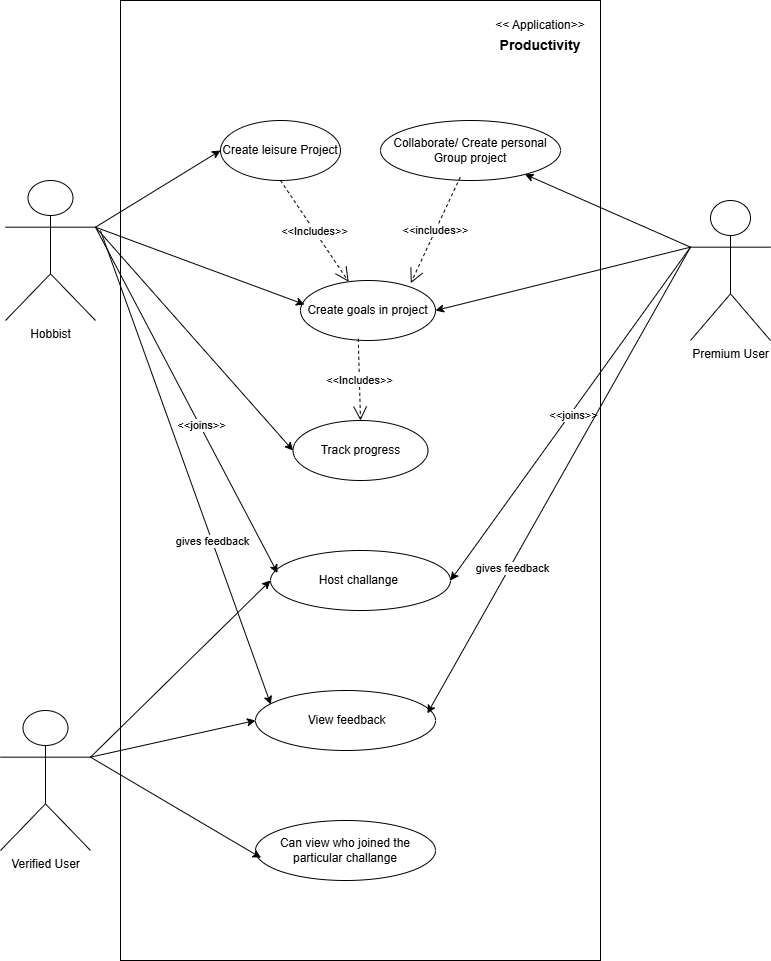
Before: Deliverable/Design1_UseCases/Usecase2.png, a diagram exported from draw.io (B00150149/B00150149_WebFrameworkDevelopment). Source tidied: cells renumbered, new cells last; positions are measured from the earlier drawing's top-left corner, leaving out a move shared by most shapes. Source of this version:
```xml
<mxGraphModel background="#ffffff">
  <root>
    <mxCell id="0" />
    <mxCell id="1" parent="0" />
    <mxCell id="2" style="rounded=0;whiteSpace=wrap;html=1;" parent="1" vertex="1">
      <mxGeometry x="120" width="480" height="960" as="geometry" />
    </mxCell>
    <mxCell id="3" style="rounded=0;jettySize=auto;html=1;exitX=1;exitY=0.3333333333333333;exitDx=0;exitDy=0;exitPerimeter=0;entryX=0;entryY=0.5;entryDx=0;entryDy=0;" parent="1" edge="1" source="5" target="6">
      <mxGeometry relative="1" as="geometry" />
    </mxCell>
    <mxCell id="4" style="rounded=0;jettySize=auto;html=1;exitX=1;exitY=0.3333333333333333;exitDx=0;exitDy=0;exitPerimeter=0;entryX=0;entryY=0.5;entryDx=0;entryDy=0;" parent="1" edge="1" source="5" target="16">
      <mxGeometry relative="1" as="geometry" />
    </mxCell>
    <mxCell id="5" value="Hobbist" style="shape=umlActor;verticalLabelPosition=bottom;verticalAlign=top;html=1;outlineConnect=0;" parent="1" vertex="1">
      <mxGeometry x="5" y="180" width="90" height="140" as="geometry" />
    </mxCell>
    <mxCell id="6" value="Create leisure Project" style="ellipse;whiteSpace=wrap;html=1;" parent="1" vertex="1">
      <mxGeometry x="220" y="120" width="120" height="60" as="geometry" />
    </mxCell>
    <mxCell id="7" style="rounded=0;jettySize=auto;html=1;exitX=0;exitY=0.3333333333333333;exitDx=0;exitDy=0;exitPerimeter=0;" parent="1" edge="1" source="11" target="13">
      <mxGeometry relative="1" as="geometry" />
    </mxCell>
    <mxCell id="8" style="rounded=0;jettySize=auto;html=1;exitX=0;exitY=0.3333333333333333;exitDx=0;exitDy=0;exitPerimeter=0;entryX=1;entryY=0.5;entryDx=0;entryDy=0;" parent="1" edge="1" source="11" target="12">
      <mxGeometry relative="1" as="geometry" />
    </mxCell>
    <mxCell id="9" style="rounded=0;jettySize=auto;html=1;exitX=0;exitY=0.3333333333333333;exitDx=0;exitDy=0;exitPerimeter=0;entryX=1;entryY=0.5;entryDx=0;entryDy=0;" parent="1" edge="1" source="11" target="15">
      <mxGeometry relative="1" as="geometry" />
    </mxCell>
    <mxCell id="10" value="&amp;lt;&amp;lt;joins&amp;gt;&amp;gt;" style="edgeLabel;html=1;align=center;verticalAlign=middle;" parent="9" vertex="1">
      <mxGeometry y="3" relative="1" as="geometry" />
    </mxCell>
    <mxCell id="11" value="Premium User" style="shape=umlActor;verticalLabelPosition=bottom;verticalAlign=top;html=1;outlineConnect=0;" parent="1" vertex="1">
      <mxGeometry x="690" y="200" width="80" height="140" as="geometry" />
    </mxCell>
    <mxCell id="12" value="Create goals in project" style="ellipse;whiteSpace=wrap;html=1;" parent="1" vertex="1">
      <mxGeometry x="300" y="280" width="135" height="60" as="geometry" />
    </mxCell>
    <mxCell id="13" value="Collaborate/ Create personal Group project" style="ellipse;whiteSpace=wrap;html=1;" parent="1" vertex="1">
      <mxGeometry x="380" y="120" width="180" height="60" as="geometry" />
    </mxCell>
    <mxCell id="14" value="&amp;nbsp;View feedback" style="ellipse;whiteSpace=wrap;html=1;" parent="1" vertex="1">
      <mxGeometry x="255" y="690" width="180" height="60" as="geometry" />
    </mxCell>
    <mxCell id="15" value="Host challange&amp;nbsp;" style="ellipse;whiteSpace=wrap;html=1;" parent="1" vertex="1">
      <mxGeometry x="270" y="550" width="180" height="60" as="geometry" />
    </mxCell>
    <mxCell id="16" value="Track progress" style="ellipse;whiteSpace=wrap;html=1;" parent="1" vertex="1">
      <mxGeometry x="292.5" y="420" width="135" height="60" as="geometry" />
    </mxCell>
    <mxCell id="17" style="rounded=0;jettySize=auto;html=1;exitX=1;exitY=0.3333333333333333;exitDx=0;exitDy=0;exitPerimeter=0;entryX=0;entryY=0.5;entryDx=0;entryDy=0;" parent="1" edge="1" source="19" target="14">
      <mxGeometry relative="1" as="geometry" />
    </mxCell>
    <mxCell id="18" style="rounded=0;jettySize=auto;html=1;exitX=1;exitY=0.3333333333333333;exitDx=0;exitDy=0;exitPerimeter=0;entryX=0;entryY=0.5;entryDx=0;entryDy=0;" parent="1" edge="1" source="19" target="15">
      <mxGeometry relative="1" as="geometry" />
    </mxCell>
    <mxCell id="19" value="Verified User" style="shape=umlActor;verticalLabelPosition=bottom;verticalAlign=top;html=1;outlineConnect=0;" parent="1" vertex="1">
      <mxGeometry y="710" width="90" height="140" as="geometry" />
    </mxCell>
    <mxCell id="20" style="rounded=0;jettySize=auto;html=1;exitX=1;exitY=0.3333333333333333;exitDx=0;exitDy=0;exitPerimeter=0;entryX=0.03;entryY=0.4;entryDx=0;entryDy=0;entryPerimeter=0;" parent="1" edge="1" source="5" target="12">
      <mxGeometry relative="1" as="geometry" />
    </mxCell>
    <mxCell id="21" value="&lt;span style=&quot;font-size: 14px;&quot;&gt;&lt;b&gt;Productivity&lt;/b&gt;&lt;/span&gt;" style="text;html=1;align=center;verticalAlign=middle;whiteSpace=wrap;rounded=0;" parent="1" vertex="1">
      <mxGeometry x="510" y="30" width="60" height="30" as="geometry" />
    </mxCell>
    <mxCell id="22" value="&amp;lt;&amp;lt; Application&amp;gt;&amp;gt;" style="text;html=1;align=center;verticalAlign=middle;whiteSpace=wrap;rounded=0;" parent="1" vertex="1">
      <mxGeometry x="480" y="10" width="120" height="30" as="geometry" />
    </mxCell>
    <mxCell id="23" style="rounded=0;jettySize=auto;html=1;exitX=1;exitY=0.3333333333333333;exitDx=0;exitDy=0;exitPerimeter=0;entryX=0.039;entryY=0.375;entryDx=0;entryDy=0;entryPerimeter=0;" parent="1" edge="1" source="5" target="15">
      <mxGeometry relative="1" as="geometry" />
    </mxCell>
    <mxCell id="24" value="&amp;lt;&amp;lt;joins&amp;gt;&amp;gt;" style="edgeLabel;html=1;align=center;verticalAlign=middle;" parent="23" vertex="1">
      <mxGeometry x="0.15" y="1" relative="1" as="geometry" />
    </mxCell>
    <mxCell id="25" value="&amp;lt;&amp;lt;Includes&amp;gt;&amp;gt;" style="endArrow=open;endSize=12;dashed=1;html=1;rounded=0;exitX=0.5;exitY=1;exitDx=0;exitDy=0;" parent="1" edge="1" source="6" target="12">
      <mxGeometry relative="1" as="geometry" />
    </mxCell>
    <mxCell id="26" value="&amp;lt;&amp;lt;includes&amp;gt;&amp;gt;" style="endArrow=open;endSize=12;dashed=1;html=1;rounded=0;entryX=0.817;entryY=0.044;entryDx=0;entryDy=0;entryPerimeter=0;exitX=0.443;exitY=0.944;exitDx=0;exitDy=0;exitPerimeter=0;" parent="1" edge="1" source="13" target="12">
      <mxGeometry relative="1" as="geometry" />
    </mxCell>
    <mxCell id="27" value="&amp;lt;&amp;lt;Includes&amp;gt;&amp;gt;" style="endArrow=open;endSize=12;dashed=1;html=1;rounded=0;exitX=0.428;exitY=0.972;exitDx=0;exitDy=0;entryX=0.5;entryY=0;entryDx=0;entryDy=0;exitPerimeter=0;" parent="1" edge="1" source="12" target="16">
      <mxGeometry relative="1" as="geometry" />
    </mxCell>
    <mxCell id="28" value="Can view who joined the particular challange" style="ellipse;whiteSpace=wrap;html=1;" parent="1" vertex="1">
      <mxGeometry x="255" y="820" width="180" height="60" as="geometry" />
    </mxCell>
    <mxCell id="29" style="rounded=0;jettySize=auto;html=1;exitX=1;exitY=0.3333333333333333;exitDx=0;exitDy=0;exitPerimeter=0;entryX=0.031;entryY=0.622;entryDx=0;entryDy=0;entryPerimeter=0;" parent="1" edge="1" source="19" target="28">
      <mxGeometry relative="1" as="geometry" />
    </mxCell>
    <mxCell id="30" style="rounded=0;jettySize=auto;html=1;entryX=0.085;entryY=0.233;entryDx=0;entryDy=0;entryPerimeter=0;" parent="1" edge="1" target="14">
      <mxGeometry relative="1" as="geometry">
        <mxPoint x="100" y="230" as="sourcePoint" />
      </mxGeometry>
    </mxCell>
    <mxCell id="31" value="gives feedback" style="edgeLabel;html=1;align=center;verticalAlign=middle;" parent="30" vertex="1">
      <mxGeometry x="0.31" relative="1" as="geometry">
        <mxPoint y="1" as="offset" />
      </mxGeometry>
    </mxCell>
    <mxCell id="32" style="rounded=0;jettySize=auto;html=1;exitX=0;exitY=0.3333333333333333;exitDx=0;exitDy=0;exitPerimeter=0;entryX=0.955;entryY=0.381;entryDx=0;entryDy=0;entryPerimeter=0;" parent="1" edge="1" source="11" target="14">
      <mxGeometry relative="1" as="geometry" />
    </mxCell>
    <mxCell id="33" value="gives feedback" style="edgeLabel;html=1;align=center;verticalAlign=middle;" parent="32" vertex="1">
      <mxGeometry x="0.37" y="2" relative="1" as="geometry" />
    </mxCell>
  </root>
</mxGraphModel>
```
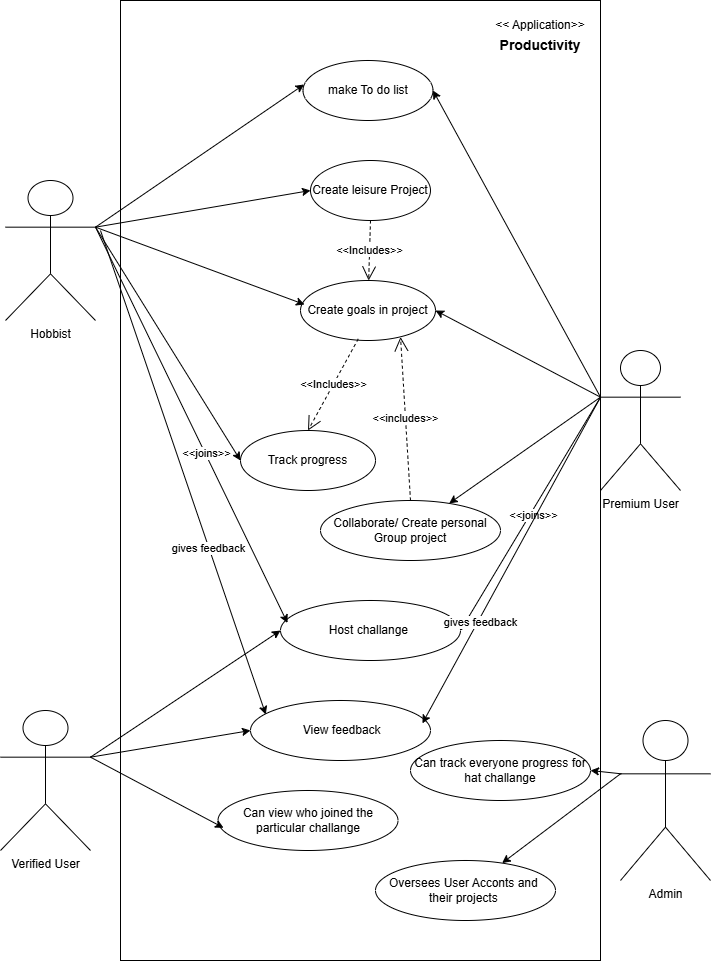
Above is the later version.

Change to the diagram source:
```diff
@@ -15,7 +15,7 @@
       <mxGeometry x="5" y="180" width="90" height="140" as="geometry" />
     </mxCell>
     <mxCell id="6" value="Create leisure Project" style="ellipse;whiteSpace=wrap;html=1;" parent="1" vertex="1">
-      <mxGeometry x="220" y="120" width="120" height="60" as="geometry" />
+      <mxGeometry x="310" y="160" width="120" height="60" as="geometry" />
     </mxCell>
     <mxCell id="7" style="rounded=0;jettySize=auto;html=1;exitX=0;exitY=0.3333333333333333;exitDx=0;exitDy=0;exitPerimeter=0;" parent="1" edge="1" source="11" target="13">
       <mxGeometry relative="1" as="geometry" />
@@ -29,23 +29,26 @@
     <mxCell id="10" value="&amp;lt;&amp;lt;joins&amp;gt;&amp;gt;" style="edgeLabel;html=1;align=center;verticalAlign=middle;" parent="9" vertex="1">
       <mxGeometry y="3" relative="1" as="geometry" />
     </mxCell>
+    <mxCell id="34" style="rounded=0;jettySize=auto;html=1;exitX=0;exitY=0.3333333333333333;exitDx=0;exitDy=0;exitPerimeter=0;entryX=1;entryY=0.5;entryDx=0;entryDy=0;" parent="1" edge="1" source="11" target="35">
+      <mxGeometry relative="1" as="geometry" />
+    </mxCell>
     <mxCell id="11" value="Premium User" style="shape=umlActor;verticalLabelPosition=bottom;verticalAlign=top;html=1;outlineConnect=0;" parent="1" vertex="1">
-      <mxGeometry x="690" y="200" width="80" height="140" as="geometry" />
+      <mxGeometry x="600" y="350" width="80" height="140" as="geometry" />
     </mxCell>
     <mxCell id="12" value="Create goals in project" style="ellipse;whiteSpace=wrap;html=1;" parent="1" vertex="1">
       <mxGeometry x="300" y="280" width="135" height="60" as="geometry" />
     </mxCell>
     <mxCell id="13" value="Collaborate/ Create personal Group project" style="ellipse;whiteSpace=wrap;html=1;" parent="1" vertex="1">
-      <mxGeometry x="380" y="120" width="180" height="60" as="geometry" />
+      <mxGeometry x="320" y="500" width="180" height="60" as="geometry" />
     </mxCell>
     <mxCell id="14" value="&amp;nbsp;View feedback" style="ellipse;whiteSpace=wrap;html=1;" parent="1" vertex="1">
-      <mxGeometry x="255" y="690" width="180" height="60" as="geometry" />
+      <mxGeometry x="250" y="700" width="180" height="60" as="geometry" />
     </mxCell>
     <mxCell id="15" value="Host challange&amp;nbsp;" style="ellipse;whiteSpace=wrap;html=1;" parent="1" vertex="1">
-      <mxGeometry x="270" y="550" width="180" height="60" as="geometry" />
+      <mxGeometry x="280" y="600" width="180" height="60" as="geometry" />
     </mxCell>
     <mxCell id="16" value="Track progress" style="ellipse;whiteSpace=wrap;html=1;" parent="1" vertex="1">
-      <mxGeometry x="292.5" y="420" width="135" height="60" as="geometry" />
+      <mxGeometry x="240" y="430" width="135" height="60" as="geometry" />
     </mxCell>
     <mxCell id="17" style="rounded=0;jettySize=auto;html=1;exitX=1;exitY=0.3333333333333333;exitDx=0;exitDy=0;exitPerimeter=0;entryX=0;entryY=0.5;entryDx=0;entryDy=0;" parent="1" edge="1" source="19" target="14">
       <mxGeometry relative="1" as="geometry" />
@@ -74,14 +77,14 @@
     <mxCell id="25" value="&amp;lt;&amp;lt;Includes&amp;gt;&amp;gt;" style="endArrow=open;endSize=12;dashed=1;html=1;rounded=0;exitX=0.5;exitY=1;exitDx=0;exitDy=0;" parent="1" edge="1" source="6" target="12">
       <mxGeometry relative="1" as="geometry" />
     </mxCell>
-    <mxCell id="26" value="&amp;lt;&amp;lt;includes&amp;gt;&amp;gt;" style="endArrow=open;endSize=12;dashed=1;html=1;rounded=0;entryX=0.817;entryY=0.044;entryDx=0;entryDy=0;entryPerimeter=0;exitX=0.443;exitY=0.944;exitDx=0;exitDy=0;exitPerimeter=0;" parent="1" edge="1" source="13" target="12">
+    <mxCell id="26" value="&amp;lt;&amp;lt;includes&amp;gt;&amp;gt;" style="endArrow=open;endSize=12;dashed=1;html=1;rounded=0;entryX=0.741;entryY=0.942;entryDx=0;entryDy=0;entryPerimeter=0;exitX=0.5;exitY=0;exitDx=0;exitDy=0;" parent="1" edge="1" source="13" target="12">
       <mxGeometry relative="1" as="geometry" />
     </mxCell>
     <mxCell id="27" value="&amp;lt;&amp;lt;Includes&amp;gt;&amp;gt;" style="endArrow=open;endSize=12;dashed=1;html=1;rounded=0;exitX=0.428;exitY=0.972;exitDx=0;exitDy=0;entryX=0.5;entryY=0;entryDx=0;entryDy=0;exitPerimeter=0;" parent="1" edge="1" source="12" target="16">
       <mxGeometry relative="1" as="geometry" />
     </mxCell>
     <mxCell id="28" value="Can view who joined the particular challange" style="ellipse;whiteSpace=wrap;html=1;" parent="1" vertex="1">
-      <mxGeometry x="255" y="820" width="180" height="60" as="geometry" />
+      <mxGeometry x="217.5" y="790" width="180" height="60" as="geometry" />
     </mxCell>
     <mxCell id="29" style="rounded=0;jettySize=auto;html=1;exitX=1;exitY=0.3333333333333333;exitDx=0;exitDy=0;exitPerimeter=0;entryX=0.031;entryY=0.622;entryDx=0;entryDy=0;entryPerimeter=0;" parent="1" edge="1" source="19" target="28">
       <mxGeometry relative="1" as="geometry" />
@@ -102,5 +105,28 @@
     <mxCell id="33" value="gives feedback" style="edgeLabel;html=1;align=center;verticalAlign=middle;" parent="32" vertex="1">
       <mxGeometry x="0.37" y="2" relative="1" as="geometry" />
     </mxCell>
+    <mxCell id="35" value="make To do list" style="ellipse;whiteSpace=wrap;html=1;" parent="1" vertex="1">
+      <mxGeometry x="302.5" y="60" width="130" height="60" as="geometry" />
+    </mxCell>
+    <mxCell id="36" style="rounded=0;jettySize=auto;html=1;exitX=1;exitY=0.3333333333333333;exitDx=0;exitDy=0;exitPerimeter=0;entryX=0.008;entryY=0.4;entryDx=0;entryDy=0;entryPerimeter=0;" parent="1" edge="1" source="5" target="35">
+      <mxGeometry relative="1" as="geometry" />
+    </mxCell>
+    <mxCell id="37" style="rounded=0;jettySize=auto;html=1;exitX=0;exitY=0.3333333333333333;exitDx=0;exitDy=0;exitPerimeter=0;" parent="1" edge="1" source="38" target="41">
+      <mxGeometry relative="1" as="geometry" />
+    </mxCell>
+    <mxCell id="38" value="Admin" style="shape=umlActor;verticalLabelPosition=bottom;verticalAlign=top;html=1;outlineConnect=0;" parent="1" vertex="1">
+      <mxGeometry x="620" y="720" width="90" height="160" as="geometry" />
+    </mxCell>
+    <mxCell id="39" value="Can track everyone progress for hat challange" style="ellipse;whiteSpace=wrap;html=1;" parent="1" vertex="1">
+      <mxGeometry x="410" y="740" width="180" height="60" as="geometry" />
+    </mxCell>
+    <mxCell id="40" style="rounded=0;jettySize=auto;html=1;exitX=0;exitY=0.3333333333333333;exitDx=0;exitDy=0;exitPerimeter=0;entryX=1;entryY=0.5;entryDx=0;entryDy=0;" parent="1" edge="1" target="39">
+      <mxGeometry relative="1" as="geometry">
+        <mxPoint x="621" y="773.3" as="sourcePoint" />
+      </mxGeometry>
+    </mxCell>
+    <mxCell id="41" value="Oversees User Acconts and&amp;nbsp;&lt;div&gt;their projects&amp;nbsp;&lt;/div&gt;" style="ellipse;whiteSpace=wrap;html=1;" parent="1" vertex="1">
+      <mxGeometry x="375" y="860" width="180" height="60" as="geometry" />
+    </mxCell>
   </root>
 </mxGraphModel>
```
